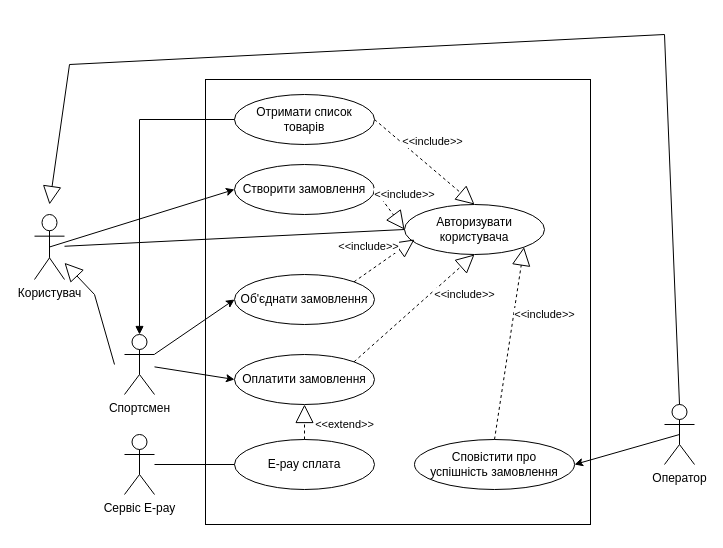
The draw.io diagram 1-SoftwareRequirements/1.3-SoftwareUserRequirements/1.3.3-UseCaseDiagram/UseCaseDiagram.drawio in oleksandrblazhko/ai-216-tisenko, before the edit. Source tidied: cells renumbered, new cells numbered last; positions are measured from the earlier drawing's top-left corner, leaving out a move shared by most shapes. Both pictures are drawn from the tidied source at 100%, with x=0, y=0 at pixel (34, 34).
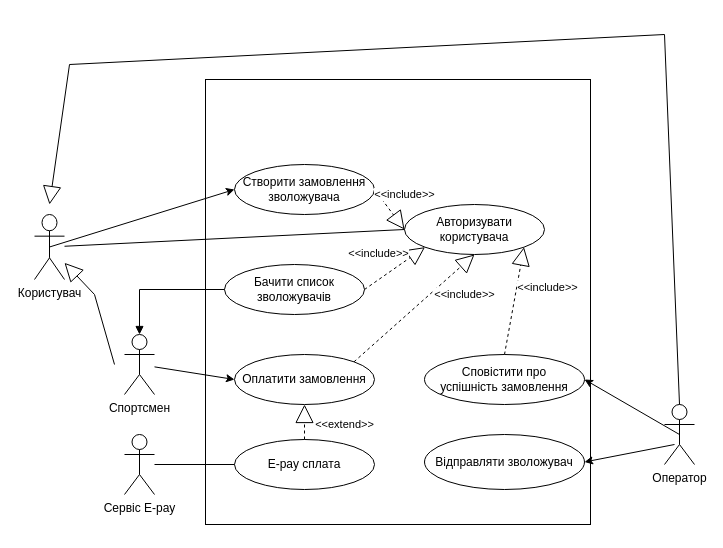
The same page after the edit.

The change refers to these unchanged cells:
```xml
<mxCell id="13" value="Авторизувати&lt;br&gt;користувача" style="ellipse;whiteSpace=wrap;html=1;" parent="1" vertex="1">
  <mxGeometry x="370" y="170" width="140" height="50" as="geometry" />
</mxCell>
<mxCell id="23" value="Спортсмен" style="shape=umlActor;verticalLabelPosition=bottom;verticalAlign=top;html=1;" parent="1" vertex="1">
  <mxGeometry x="90" y="300" width="30" height="60" as="geometry" />
</mxCell>
```

Diff of the diagram source:
```diff
@@
-    <mxCell id="5" value="Отримати список&lt;br&gt;товарів" style="ellipse;whiteSpace=wrap;html=1;" parent="1" vertex="1">
-      <mxGeometry x="200" y="60" width="140" height="50" as="geometry" />
+    <mxCell id="5" value="Бачити список&lt;br&gt;зволожувачів" style="ellipse;whiteSpace=wrap;html=1;" parent="1" vertex="1">
+      <mxGeometry x="190" y="230" width="140" height="50" as="geometry" />
     </mxCell>
-    <mxCell id="6" value="Створити замовлення" style="ellipse;whiteSpace=wrap;html=1;" parent="1" vertex="1">
+    <mxCell id="6" value="Створити замовлення зволожувача" style="ellipse;whiteSpace=wrap;html=1;" parent="1" vertex="1">
       <mxGeometry x="200" y="130" width="140" height="50" as="geometry" />
     </mxCell>
-    <mxCell id="7" value="Об'єднати замовлення" style="ellipse;whiteSpace=wrap;html=1;" parent="1" vertex="1">
-      <mxGeometry x="200" y="240" width="140" height="50" as="geometry" />
-    </mxCell>
@@
     <mxCell id="9" value="Сповістити про&lt;br&gt;успішність замовлення" style="ellipse;whiteSpace=wrap;html=1;" parent="1" vertex="1">
-      <mxGeometry x="380" y="405" width="160" height="50" as="geometry" />
+      <mxGeometry x="390" y="320" width="160" height="50" as="geometry" />
     </mxCell>
@@
-    <mxCell id="18" value="&amp;lt;&amp;lt;include&amp;gt;&amp;gt;" style="endArrow=block;endSize=16;endFill=0;html=1;rounded=0;exitX=1;exitY=0.5;exitDx=0;exitDy=0;entryX=0.5;entryY=0;entryDx=0;entryDy=0;dashed=1;" parent="1" edge="1" source="5" target="13">
+    <mxCell id="18" value="&amp;lt;&amp;lt;include&amp;gt;&amp;gt;" style="endArrow=block;endSize=16;endFill=0;html=1;rounded=0;exitX=1;exitY=0.5;exitDx=0;exitDy=0;entryX=0;entryY=1;entryDx=0;entryDy=0;dashed=1;" parent="1" edge="1" source="5" target="13">
       <mxGeometry x="-0.12" y="21" relative="1" as="geometry" />
     </mxCell>
@@
-    <mxCell id="20" value="&amp;lt;&amp;lt;include&amp;gt;&amp;gt;" style="endArrow=block;endSize=16;endFill=0;html=1;rounded=0;exitX=1;exitY=0;exitDx=0;exitDy=0;entryX=0;entryY=0.5;entryDx=0;entryDy=0;dashed=1;" parent="1" edge="1" source="7">
-      <mxGeometry x="-0.12" y="21" relative="1" as="geometry">
-        <mxPoint x="380" y="205" as="targetPoint" />
-      </mxGeometry>
-    </mxCell>
@@
-    <mxCell id="28" style="rounded=0;jettySize=auto;html=1;entryX=0;entryY=0.5;entryDx=0;entryDy=0;" parent="1" edge="1" source="23" target="7">
-      <mxGeometry relative="1" as="geometry" />
-    </mxCell>
@@
+    <mxCell id="30" value="Відправляти зволожувач" style="ellipse;whiteSpace=wrap;html=1;" parent="1" vertex="1">
+      <mxGeometry x="390" y="400" width="160" height="55" as="geometry" />
+    </mxCell>
+    <mxCell id="31" style="rounded=0;jettySize=auto;html=1;entryX=1;entryY=0.5;entryDx=0;entryDy=0;" parent="1" edge="1" target="30">
+      <mxGeometry relative="1" as="geometry">
+        <mxPoint x="640" y="410" as="sourcePoint" />
+      </mxGeometry>
+    </mxCell>
```
